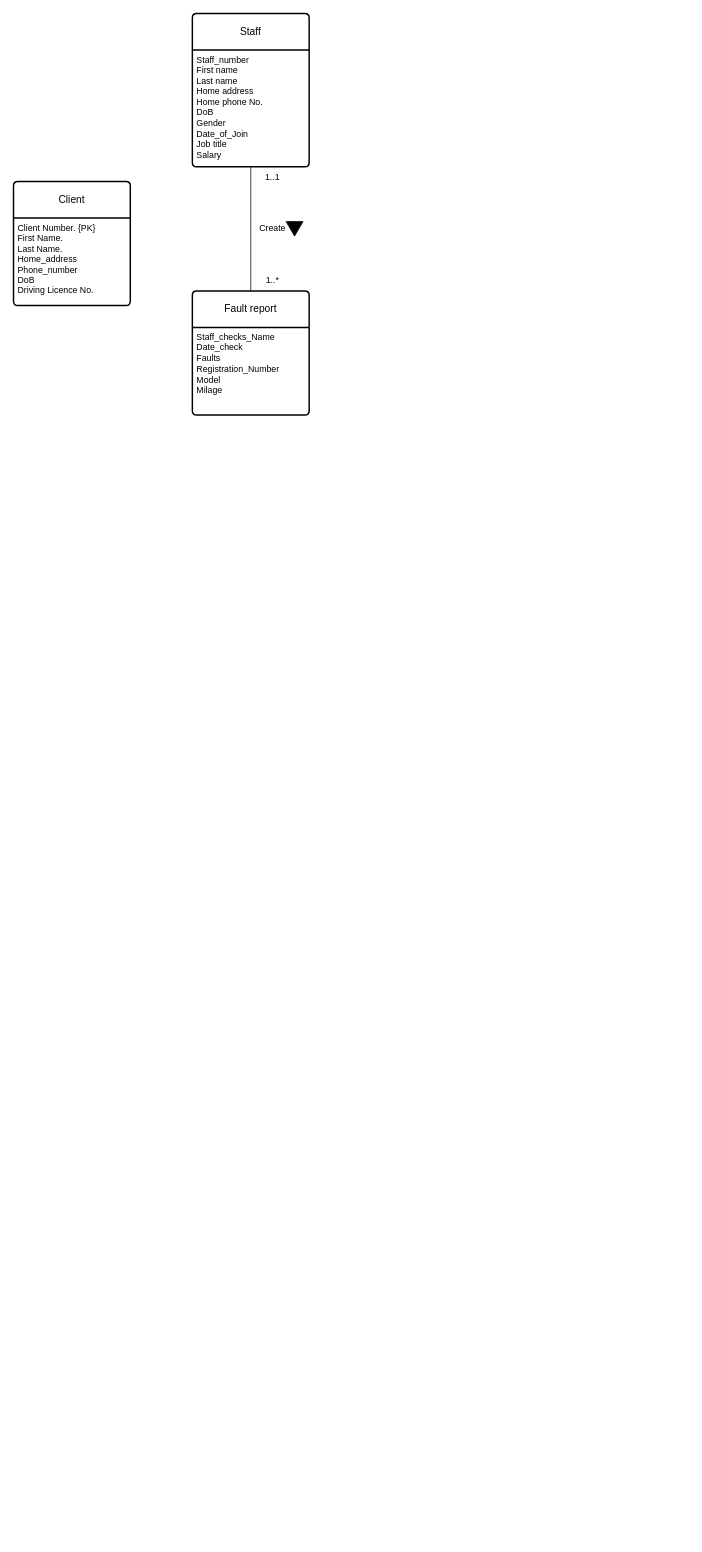
The draw.io diagram Practical2.drawio in Antonioiewh/DB_MANAGEMENT, before the edit. Source tidied: cells renumbered, new cells numbered last; positions are measured from the earlier drawing's top-left corner, leaving out a move shared by most shapes. Both pictures are drawn from the tidied source at 73%, with x=0, y=0 at pixel (13, 13).
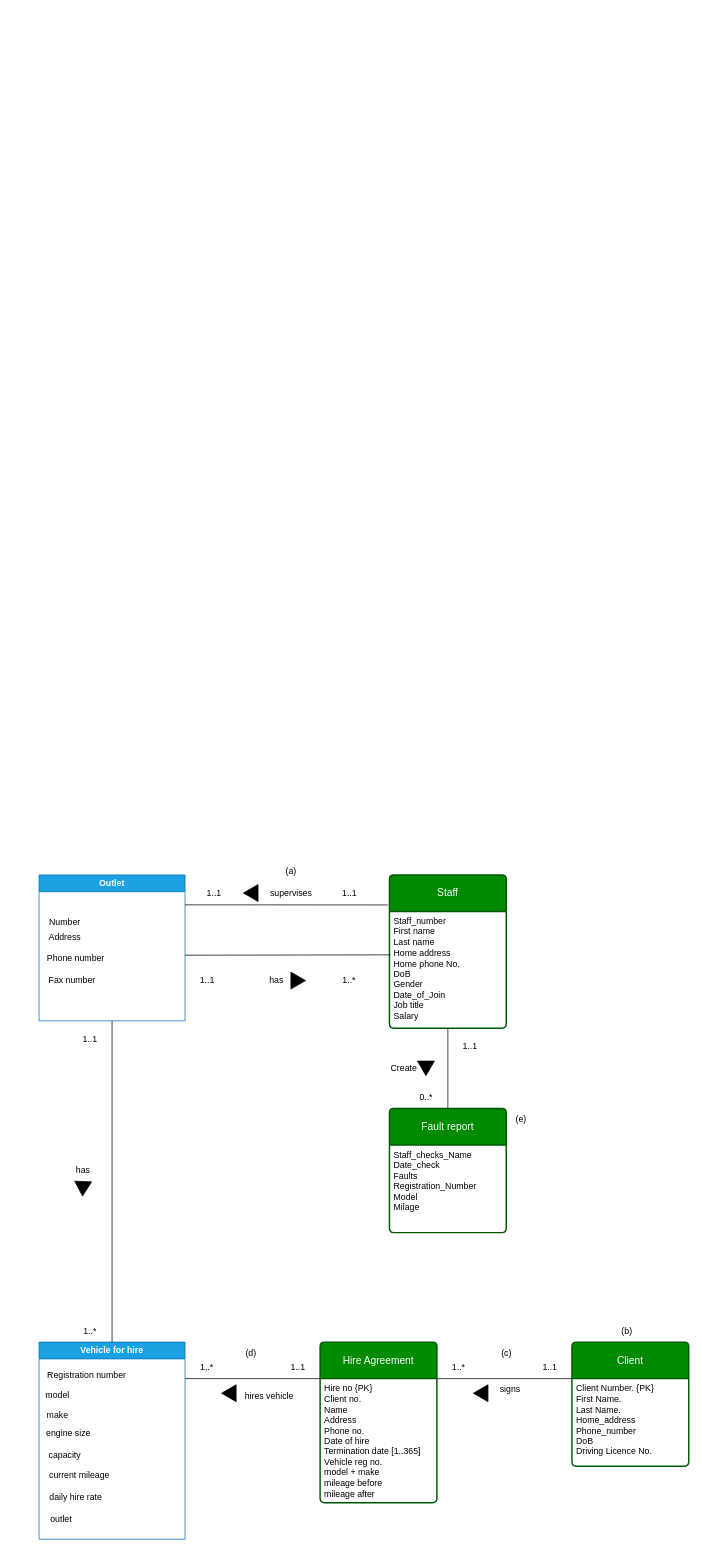
After the change.

The change refers to these unchanged cells:
```xml
<mxCell id="7" value="&lt;div&gt;&lt;div&gt;Staff_number&lt;/div&gt;&lt;/div&gt;&lt;div&gt;First name&lt;/div&gt;&lt;div&gt;Last name&lt;/div&gt;&lt;div&gt;Home address&lt;/div&gt;&lt;div&gt;Home phone No.&lt;/div&gt;&lt;div&gt;DoB&lt;/div&gt;&lt;div&gt;Gender&lt;/div&gt;&lt;div&gt;Date_of_Join&lt;/div&gt;&lt;div&gt;Job title&lt;/div&gt;&lt;div&gt;Salary&lt;/div&gt;" style="align=left;strokeColor=none;fillColor=none;spacingLeft=4;spacingRight=4;fontSize=12;verticalAlign=top;html=1;whiteSpace=wrap;" parent="6" vertex="1">
  <mxGeometry y="50" width="160" height="160" as="geometry" />
</mxCell>
```

Change to the diagram source:
```diff
@@
+    <mxCell id="13" value="Outlet" style="swimlane;whiteSpace=wrap;html=1;fillColor=#1ba1e2;fontColor=#ffffff;strokeColor=#006EAF;" parent="1" vertex="1">
+      <mxGeometry x="35" y="1180" width="200" height="200" as="geometry" />
+    </mxCell>
+    <mxCell id="14" value="Address" style="text;html=1;align=center;verticalAlign=middle;strokeColor=none;fillColor=none;" parent="13" vertex="1">
+      <mxGeometry y="70" width="70" height="30" as="geometry" />
+    </mxCell>
+    <mxCell id="15" value="Phone number" style="text;html=1;align=center;verticalAlign=middle;strokeColor=none;fillColor=none;" parent="13" vertex="1">
+      <mxGeometry y="100" width="100" height="30" as="geometry" />
+    </mxCell>
+    <mxCell id="16" value="Fax number" style="text;html=1;align=center;verticalAlign=middle;strokeColor=none;fillColor=none;" parent="13" vertex="1">
+      <mxGeometry y="130" width="90" height="30" as="geometry" />
+    </mxCell>
+    <mxCell id="17" value="Number" style="text;html=1;align=center;verticalAlign=middle;strokeColor=none;fillColor=none;" parent="13" vertex="1">
+      <mxGeometry y="50" width="70" height="30" as="geometry" />
+    </mxCell>
+    <mxCell id="18" value="Vehicle for hire" style="swimlane;whiteSpace=wrap;html=1;fillColor=#1ba1e2;fontColor=#ffffff;strokeColor=#006EAF;" parent="1" vertex="1">
+      <mxGeometry x="35" y="1820" width="200" height="270" as="geometry" />
+    </mxCell>
+    <mxCell id="19" value="Registration number" style="text;html=1;align=center;verticalAlign=middle;strokeColor=none;fillColor=none;" parent="18" vertex="1">
+      <mxGeometry y="30" width="130" height="30" as="geometry" />
+    </mxCell>
+    <mxCell id="20" value="make" style="text;html=1;align=center;verticalAlign=middle;strokeColor=none;fillColor=none;" parent="18" vertex="1">
+      <mxGeometry y="85" width="50" height="30" as="geometry" />
+    </mxCell>
+    <mxCell id="21" value="engine size" style="text;html=1;align=center;verticalAlign=middle;strokeColor=none;fillColor=none;" parent="18" vertex="1">
+      <mxGeometry y="110" width="80" height="30" as="geometry" />
+    </mxCell>
+    <mxCell id="22" value="model" style="text;html=1;align=center;verticalAlign=middle;strokeColor=none;fillColor=none;" parent="18" vertex="1">
+      <mxGeometry x="-5" y="58" width="60" height="30" as="geometry" />
+    </mxCell>
+    <mxCell id="23" value="capacity" style="text;html=1;align=center;verticalAlign=middle;strokeColor=none;fillColor=none;" parent="18" vertex="1">
+      <mxGeometry y="140" width="70" height="30" as="geometry" />
+    </mxCell>
+    <mxCell id="24" value="current mileage" style="text;html=1;align=center;verticalAlign=middle;strokeColor=none;fillColor=none;" parent="18" vertex="1">
+      <mxGeometry y="168" width="110" height="30" as="geometry" />
+    </mxCell>
+    <mxCell id="25" value="daily hire rate" style="text;html=1;align=center;verticalAlign=middle;strokeColor=none;fillColor=none;" parent="18" vertex="1">
+      <mxGeometry y="198" width="100" height="30" as="geometry" />
+    </mxCell>
+    <mxCell id="26" value="outlet" style="text;html=1;align=center;verticalAlign=middle;strokeColor=none;fillColor=none;" parent="18" vertex="1">
+      <mxGeometry x="5" y="228" width="50" height="30" as="geometry" />
+    </mxCell>
-    <mxCell id="2" value="Fault report" style="swimlane;horizontal=1;startSize=50;rounded=1;fontSize=14;fontStyle=0;strokeWidth=2;shadow=0;dashed=0;align=center;arcSize=4;whiteSpace=wrap;html=1;" parent="1" vertex="1">
-      <mxGeometry x="245" y="380" width="160" height="170" as="geometry" />
+    <mxCell id="2" value="Fault report" style="swimlane;horizontal=1;startSize=50;rounded=1;fontSize=14;fontStyle=0;strokeWidth=2;shadow=0;dashed=0;align=center;arcSize=4;whiteSpace=wrap;html=1;fillColor=#008a00;fontColor=#ffffff;strokeColor=#005700;" parent="1" vertex="1">
+      <mxGeometry x="515" y="1500" width="160" height="170" as="geometry" />
     </mxCell>
@@
-    <mxCell id="4" value="Client" style="swimlane;horizontal=1;startSize=50;rounded=1;fontSize=14;fontStyle=0;strokeWidth=2;shadow=0;dashed=0;align=center;arcSize=4;whiteSpace=wrap;html=1;" parent="1" vertex="1">
-      <mxGeometry y="230" width="160" height="170" as="geometry" />
-    </mxCell>
-    <mxCell id="5" value="&lt;div&gt;&lt;div&gt;&lt;span style=&quot;background-color: transparent; color: light-dark(rgb(0, 0, 0), rgb(255, 255, 255));&quot;&gt;Client Number. {PK}&lt;/span&gt;&lt;/div&gt;&lt;/div&gt;&lt;div&gt;First Name.&lt;/div&gt;&lt;div&gt;Last Name.&lt;/div&gt;&lt;div&gt;Home_address&lt;/div&gt;&lt;div&gt;Phone_number&lt;/div&gt;&lt;div&gt;DoB&lt;/div&gt;&lt;div&gt;&lt;div&gt;Driving Licence No.&lt;/div&gt;&lt;/div&gt;&lt;div&gt;&lt;br&gt;&lt;/div&gt;" style="align=left;strokeColor=none;fillColor=none;spacingLeft=4;spacingRight=4;fontSize=12;verticalAlign=top;html=1;whiteSpace=wrap;" parent="4" vertex="1">
-      <mxGeometry y="50" width="160" height="120" as="geometry" />
-    </mxCell>
-    <mxCell id="6" value="Staff" style="swimlane;horizontal=1;startSize=50;rounded=1;fontSize=14;fontStyle=0;strokeWidth=2;shadow=0;dashed=0;align=center;arcSize=4;whiteSpace=wrap;html=1;" parent="1" vertex="1">
-      <mxGeometry x="245" width="160" height="210" as="geometry" />
+    <mxCell id="6" value="Staff" style="swimlane;horizontal=1;startSize=50;rounded=1;fontSize=14;fontStyle=0;strokeWidth=2;shadow=0;dashed=0;align=center;arcSize=4;whiteSpace=wrap;html=1;fillColor=#008a00;fontColor=#ffffff;strokeColor=#005700;" parent="1" vertex="1">
+      <mxGeometry x="515" y="1180" width="160" height="210" as="geometry" />
     </mxCell>
@@
-    <mxCell id="9" style="shape=mxgraph.arrows2.wedgeArrow;html=1;startWidth=11.627906976744189;fillColor=strokeColor;defaultFillColor=invert;defaultGradientColor=invert;rounded=0;" parent="1" edge="1">
-      <mxGeometry relative="1" as="geometry">
-        <mxPoint x="385" y="285" as="sourcePoint" />
-        <mxPoint x="385" y="305" as="targetPoint" />
-      </mxGeometry>
-    </mxCell>
+    <mxCell id="27" style="shape=mxgraph.arrows2.wedgeArrow;html=1;startWidth=11.627906976744189;fillColor=strokeColor;defaultFillColor=invert;defaultGradientColor=invert;rounded=0;" parent="1" edge="1">
+      <mxGeometry relative="1" as="geometry">
+        <mxPoint x="565" y="1435" as="sourcePoint" />
+        <mxPoint x="565" y="1455" as="targetPoint" />
+      </mxGeometry>
+    </mxCell>
     <mxCell id="10" value="Create" style="text;html=1;align=center;verticalAlign=middle;whiteSpace=wrap;rounded=0;" parent="1" vertex="1">
-      <mxGeometry x="325" y="280" width="60" height="30" as="geometry" />
+      <mxGeometry x="505" y="1430" width="60" height="30" as="geometry" />
     </mxCell>
-    <mxCell id="11" value="1..1" style="text;html=1;align=center;verticalAlign=middle;whiteSpace=wrap;rounded=0;" parent="1" vertex="1">
-      <mxGeometry x="325" y="210" width="60" height="30" as="geometry" />
-    </mxCell>
-    <mxCell id="12" value="1..*" style="text;html=1;align=center;verticalAlign=middle;whiteSpace=wrap;rounded=0;" parent="1" vertex="1">
-      <mxGeometry x="325" y="350" width="60" height="30" as="geometry" />
-    </mxCell>
+    <mxCell id="28" value="1..1" style="text;html=1;align=center;verticalAlign=middle;whiteSpace=wrap;rounded=0;" parent="1" vertex="1">
+      <mxGeometry x="360" y="1840" width="60" height="30" as="geometry" />
+    </mxCell>
+    <mxCell id="4" value="Client" style="swimlane;horizontal=1;startSize=50;rounded=1;fontSize=14;fontStyle=0;strokeWidth=2;shadow=0;dashed=0;align=center;arcSize=4;whiteSpace=wrap;html=1;fillColor=#008a00;fontColor=#ffffff;strokeColor=#005700;" parent="1" vertex="1">
+      <mxGeometry x="765" y="1820" width="160" height="170" as="geometry" />
+    </mxCell>
+    <mxCell id="5" value="&lt;div&gt;&lt;div&gt;&lt;span style=&quot;background-color: transparent; color: light-dark(rgb(0, 0, 0), rgb(255, 255, 255));&quot;&gt;Client Number. {PK}&lt;/span&gt;&lt;/div&gt;&lt;/div&gt;&lt;div&gt;First Name.&lt;/div&gt;&lt;div&gt;Last Name.&lt;/div&gt;&lt;div&gt;Home_address&lt;/div&gt;&lt;div&gt;Phone_number&lt;/div&gt;&lt;div&gt;DoB&lt;/div&gt;&lt;div&gt;&lt;div&gt;Driving Licence No.&lt;/div&gt;&lt;/div&gt;&lt;div&gt;&lt;br&gt;&lt;/div&gt;" style="align=left;strokeColor=none;fillColor=none;spacingLeft=4;spacingRight=4;fontSize=12;verticalAlign=top;html=1;whiteSpace=wrap;" parent="4" vertex="1">
+      <mxGeometry y="50" width="160" height="120" as="geometry" />
+    </mxCell>
+    <mxCell id="29" value="Hire Agreement" style="swimlane;horizontal=1;startSize=50;rounded=1;fontSize=14;fontStyle=0;strokeWidth=2;shadow=0;dashed=0;align=center;arcSize=4;whiteSpace=wrap;html=1;fillColor=#008a00;fontColor=#ffffff;strokeColor=#005700;" parent="1" vertex="1">
+      <mxGeometry x="420" y="1820" width="160" height="220" as="geometry" />
+    </mxCell>
+    <mxCell id="30" value="&lt;div&gt;&lt;div&gt;Hire no {PK}&lt;/div&gt;&lt;/div&gt;&lt;div&gt;Client no.&lt;/div&gt;&lt;div&gt;Name&lt;/div&gt;&lt;div&gt;Address&lt;/div&gt;&lt;div&gt;Phone no.&lt;/div&gt;&lt;div&gt;Date of hire&lt;/div&gt;&lt;div&gt;Termination date [1..365]&lt;/div&gt;&lt;div&gt;Vehicle reg no.&lt;/div&gt;&lt;div&gt;model + make&lt;/div&gt;&lt;div&gt;mileage before&lt;/div&gt;&lt;div&gt;mileage after&lt;/div&gt;&lt;div&gt;&lt;br&gt;&lt;/div&gt;" style="align=left;strokeColor=none;fillColor=none;spacingLeft=4;spacingRight=4;fontSize=12;verticalAlign=top;html=1;whiteSpace=wrap;" parent="29" vertex="1">
+      <mxGeometry y="50" width="160" height="170" as="geometry" />
+    </mxCell>
+    <mxCell id="31" style="endArrow=none;html=1;rounded=0;entryX=0;entryY=0;entryDx=0;entryDy=0;" parent="1" edge="1" target="30">
+      <mxGeometry relative="1" as="geometry">
+        <mxPoint x="235" y="1870" as="sourcePoint" />
+      </mxGeometry>
+    </mxCell>
+    <mxCell id="32" value="hires vehicle" style="text;html=1;align=center;verticalAlign=middle;strokeColor=none;fillColor=none;" parent="1" vertex="1">
+      <mxGeometry x="305" y="1880" width="90" height="30" as="geometry" />
+    </mxCell>
+    <mxCell id="33" value="1..*" style="text;html=1;align=center;verticalAlign=middle;whiteSpace=wrap;rounded=0;" parent="1" vertex="1">
+      <mxGeometry x="235" y="1840" width="60" height="30" as="geometry" />
+    </mxCell>
+    <mxCell id="34" style="shape=mxgraph.arrows2.wedgeArrow;html=1;startWidth=11.627906976744189;fillColor=strokeColor;defaultFillColor=invert;defaultGradientColor=invert;rounded=0;" parent="1" edge="1">
+      <mxGeometry relative="1" as="geometry">
+        <mxPoint x="305" y="1890" as="sourcePoint" />
+        <mxPoint x="285" y="1890" as="targetPoint" />
+      </mxGeometry>
+    </mxCell>
+    <mxCell id="35" style="endArrow=none;html=1;rounded=0;entryX=0.5;entryY=1;entryDx=0;entryDy=0;exitX=0.5;exitY=0;exitDx=0;exitDy=0;" parent="1" edge="1" source="18" target="13">
+      <mxGeometry relative="1" as="geometry" />
+    </mxCell>
+    <mxCell id="36" value="has" style="text;html=1;align=center;verticalAlign=middle;strokeColor=none;fillColor=none;" parent="1" vertex="1">
+      <mxGeometry x="75" y="1570" width="40" height="30" as="geometry" />
+    </mxCell>
+    <mxCell id="37" value="1..*" style="text;html=1;align=center;verticalAlign=middle;whiteSpace=wrap;rounded=0;" parent="1" vertex="1">
+      <mxGeometry x="75" y="1790" width="60" height="30" as="geometry" />
+    </mxCell>
+    <mxCell id="38" value="1..1" style="text;html=1;align=center;verticalAlign=middle;whiteSpace=wrap;rounded=0;" parent="1" vertex="1">
+      <mxGeometry x="75" y="1390" width="60" height="30" as="geometry" />
+    </mxCell>
+    <mxCell id="39" style="endArrow=none;html=1;rounded=0;entryX=-0.013;entryY=0.196;entryDx=0;entryDy=0;entryPerimeter=0;" parent="1" edge="1" target="6">
+      <mxGeometry relative="1" as="geometry">
+        <mxPoint x="235" y="1221" as="sourcePoint" />
+      </mxGeometry>
+    </mxCell>
+    <mxCell id="40" style="endArrow=none;html=1;rounded=0;exitX=0.01;exitY=0.372;exitDx=0;exitDy=0;exitPerimeter=0;" parent="1" edge="1" source="7">
+      <mxGeometry relative="1" as="geometry">
+        <mxPoint x="235" y="1290" as="targetPoint" />
+      </mxGeometry>
+    </mxCell>
+    <mxCell id="41" style="shape=mxgraph.arrows2.wedgeArrow;html=1;startWidth=11.627906976744189;fillColor=strokeColor;defaultFillColor=invert;defaultGradientColor=invert;rounded=0;" parent="1" edge="1">
+      <mxGeometry relative="1" as="geometry">
+        <mxPoint x="95.4" y="1600" as="sourcePoint" />
+        <mxPoint x="94.6" y="1620" as="targetPoint" />
+      </mxGeometry>
+    </mxCell>
+    <mxCell id="42" value="has" style="text;html=1;align=center;verticalAlign=middle;strokeColor=none;fillColor=none;" parent="1" vertex="1">
+      <mxGeometry x="340" y="1310" width="40" height="30" as="geometry" />
+    </mxCell>
+    <mxCell id="43" style="shape=mxgraph.arrows2.wedgeArrow;html=1;startWidth=11.627906976744189;fillColor=strokeColor;defaultFillColor=invert;defaultGradientColor=invert;rounded=0;" parent="1" edge="1">
+      <mxGeometry relative="1" as="geometry">
+        <mxPoint x="380" y="1324.8" as="sourcePoint" />
+        <mxPoint x="400" y="1324.8" as="targetPoint" />
+      </mxGeometry>
+    </mxCell>
+    <mxCell id="44" value="supervises" style="text;html=1;align=center;verticalAlign=middle;strokeColor=none;fillColor=none;" parent="1" vertex="1">
+      <mxGeometry x="340" y="1190" width="80" height="30" as="geometry" />
+    </mxCell>
+    <mxCell id="45" style="shape=mxgraph.arrows2.wedgeArrow;html=1;startWidth=11.627906976744189;fillColor=strokeColor;defaultFillColor=invert;defaultGradientColor=invert;rounded=0;" parent="1" edge="1">
+      <mxGeometry relative="1" as="geometry">
+        <mxPoint x="335" y="1204.8" as="sourcePoint" />
+        <mxPoint x="315" y="1204.8" as="targetPoint" />
+      </mxGeometry>
+    </mxCell>
+    <mxCell id="46" value="1..*" style="text;html=1;align=center;verticalAlign=middle;whiteSpace=wrap;rounded=0;" parent="1" vertex="1">
+      <mxGeometry x="430" y="1310" width="60" height="30" as="geometry" />
+    </mxCell>
+    <mxCell id="47" value="1..1" style="text;html=1;align=center;verticalAlign=middle;whiteSpace=wrap;rounded=0;" parent="1" vertex="1">
+      <mxGeometry x="245" y="1190" width="60" height="30" as="geometry" />
+    </mxCell>
+    <mxCell id="48" value="1..1" style="text;html=1;align=center;verticalAlign=middle;strokeColor=none;fillColor=none;" parent="1" vertex="1">
+      <mxGeometry x="605" y="1400" width="40" height="30" as="geometry" />
+    </mxCell>
+    <mxCell id="49" value="0..*" style="text;html=1;align=center;verticalAlign=middle;strokeColor=none;fillColor=none;" parent="1" vertex="1">
+      <mxGeometry x="545" y="1470" width="40" height="30" as="geometry" />
+    </mxCell>
+    <mxCell id="50" value="1..1" style="text;html=1;align=center;verticalAlign=middle;strokeColor=none;fillColor=none;" parent="1" vertex="1">
+      <mxGeometry x="245" y="1310" width="40" height="30" as="geometry" />
+    </mxCell>
+    <mxCell id="51" value="1..1" style="text;html=1;align=center;verticalAlign=middle;strokeColor=none;fillColor=none;" parent="1" vertex="1">
+      <mxGeometry x="440" y="1190" width="40" height="30" as="geometry" />
+    </mxCell>
+    <mxCell id="52" value="1..1" style="text;html=1;align=center;verticalAlign=middle;whiteSpace=wrap;rounded=0;" parent="1" vertex="1">
+      <mxGeometry x="705" y="1840" width="60" height="30" as="geometry" />
+    </mxCell>
+    <mxCell id="53" style="endArrow=none;html=1;rounded=0;entryX=0;entryY=0;entryDx=0;entryDy=0;" parent="1" edge="1">
+      <mxGeometry relative="1" as="geometry">
+        <mxPoint x="580" y="1870" as="sourcePoint" />
+        <mxPoint x="765" y="1870" as="targetPoint" />
+      </mxGeometry>
+    </mxCell>
+    <mxCell id="54" value="signs" style="text;html=1;align=center;verticalAlign=middle;strokeColor=none;fillColor=none;" parent="1" vertex="1">
+      <mxGeometry x="655" y="1870" width="50" height="30" as="geometry" />
+    </mxCell>
+    <mxCell id="55" value="1..*" style="text;html=1;align=center;verticalAlign=middle;whiteSpace=wrap;rounded=0;" parent="1" vertex="1">
+      <mxGeometry x="580" y="1840" width="60" height="30" as="geometry" />
+    </mxCell>
+    <mxCell id="56" style="shape=mxgraph.arrows2.wedgeArrow;html=1;startWidth=11.627906976744189;fillColor=strokeColor;defaultFillColor=invert;defaultGradientColor=invert;rounded=0;" parent="1" edge="1">
+      <mxGeometry relative="1" as="geometry">
+        <mxPoint x="650" y="1890" as="sourcePoint" />
+        <mxPoint x="630" y="1890" as="targetPoint" />
+      </mxGeometry>
+    </mxCell>
+    <mxCell id="57" value="&lt;font style=&quot;color: light-dark(rgb(0, 0, 0), rgb(255, 0, 0));&quot;&gt;(a)&lt;/font&gt;" style="text;html=1;align=center;verticalAlign=middle;strokeColor=none;fillColor=none;fontColor=light-dark(default, #ff0000);" parent="1" vertex="1">
+      <mxGeometry x="360" y="1160" width="40" height="30" as="geometry" />
+    </mxCell>
+    <mxCell id="58" value="&lt;font style=&quot;color: light-dark(rgb(0, 0, 0), rgb(255, 0, 0));&quot;&gt;(b)&lt;/font&gt;" style="text;html=1;align=center;verticalAlign=middle;strokeColor=none;fillColor=none;" parent="1" vertex="1">
+      <mxGeometry x="820" y="1790" width="40" height="30" as="geometry" />
+    </mxCell>
+    <mxCell id="59" value="&lt;font style=&quot;color: light-dark(rgb(0, 0, 0), rgb(255, 0, 0));&quot;&gt;(c)&lt;/font&gt;" style="text;html=1;align=center;verticalAlign=middle;strokeColor=none;fillColor=none;" parent="1" vertex="1">
+      <mxGeometry x="655" y="1820" width="40" height="30" as="geometry" />
+    </mxCell>
+    <mxCell id="60" value="&lt;font style=&quot;color: light-dark(rgb(0, 0, 0), rgb(255, 0, 0));&quot;&gt;(d)&lt;/font&gt;" style="text;html=1;align=center;verticalAlign=middle;strokeColor=none;fillColor=none;" parent="1" vertex="1">
+      <mxGeometry x="305" y="1820" width="40" height="30" as="geometry" />
+    </mxCell>
+    <mxCell id="61" value="&lt;font style=&quot;color: light-dark(rgb(0, 0, 0), rgb(255, 0, 0));&quot;&gt;(e)&lt;/font&gt;" style="text;html=1;align=center;verticalAlign=middle;strokeColor=none;fillColor=none;" parent="1" vertex="1">
+      <mxGeometry x="675" y="1500" width="40" height="30" as="geometry" />
+    </mxCell>
```
